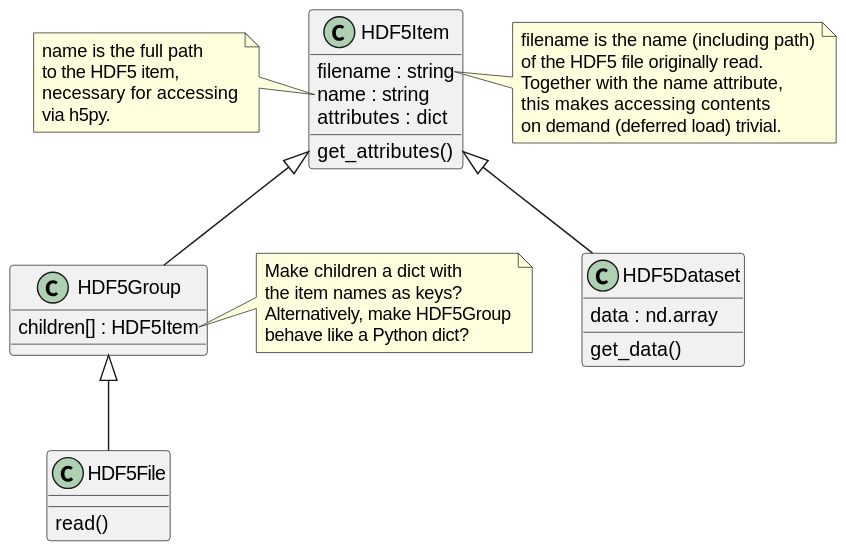
The PlantUML diagram docs/uml/evedata.io.eveH5.svg in tillbiskup/evedata, before a commit.
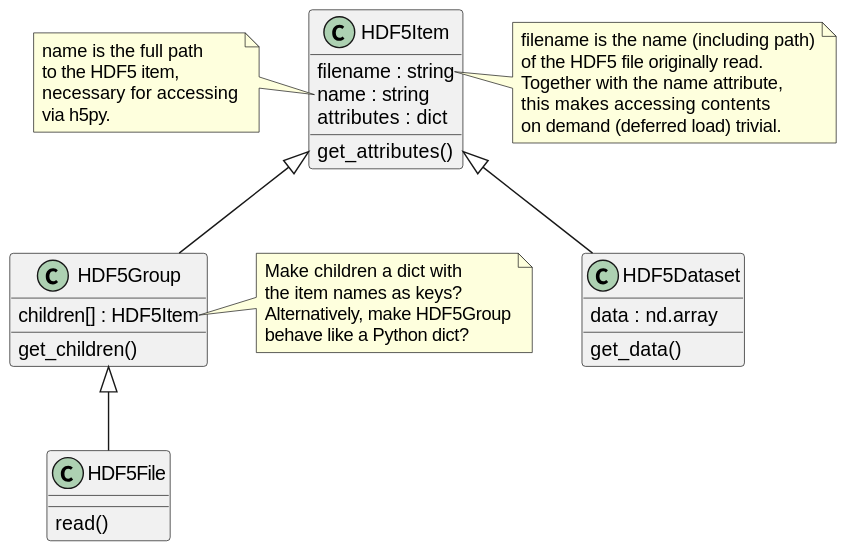
Later version of the same file.

Commit message:
Update UML: add method get_children() to HDF5Group

Change to the diagram source:
```diff
@@ -24,6 +24,7 @@
 
 class HDF5Group extends HDF5Item {
     children[] : HDF5Item
+    get_children()
 }
 
 note right of HDF5Group::children {
```
